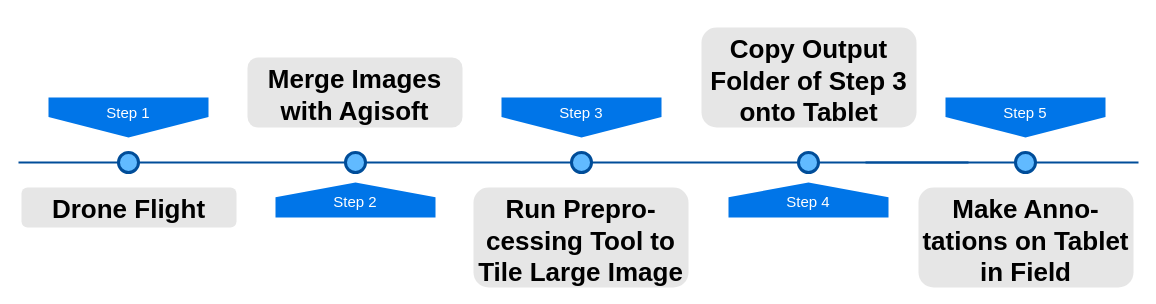
Earlier version of the draw.io diagram Documentation/Diagrams/Training_Data_Collection_Process.drawio (gallmann/Phenotator-Toolbox). Source tidied: cells renumbered, new cells numbered last; positions are measured from the earlier drawing's top-left corner, leaving out a move shared by most shapes. Both pictures are drawn from the tidied source at 100%, with x=0, y=0 at pixel (18, 27).
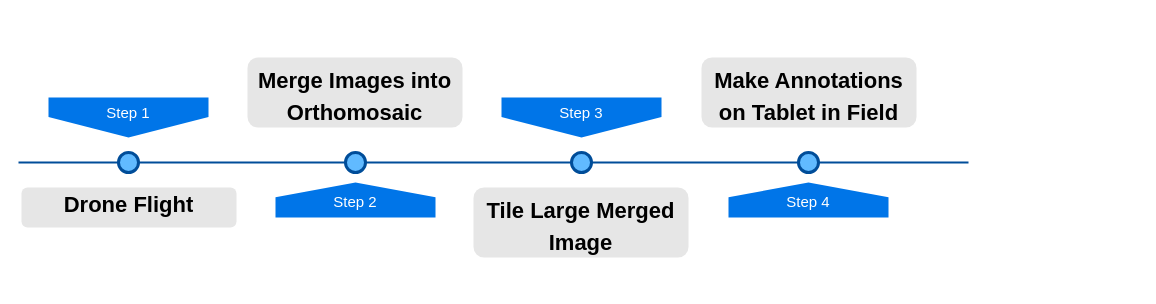
The same page after the edit.

What changed in the source:
```diff
@@
 <mxGraphModel background="#ffffff">
   <root>
     <mxCell id="0" />
     <mxCell id="1" parent="0" />
     <mxCell id="2" style="line;strokeWidth=2;html=1;fillColor=none;fontSize=28;fontColor=#004D99;strokeColor=#004D99;" parent="1" vertex="1">
       <mxGeometry y="130" width="950" height="10" as="geometry" />
     </mxCell>
     <mxCell id="3" value="Step 1" style="shape=offPageConnector;whiteSpace=wrap;html=1;fillColor=#0075E8;fontSize=15;fontColor=#FFFFFF;size=0.5093750000000015;verticalAlign=top;strokeColor=none;" parent="1" vertex="1">
       <mxGeometry x="30" y="70" width="160" height="40" as="geometry" />
     </mxCell>
     <mxCell id="4" value="Step 3" style="shape=offPageConnector;whiteSpace=wrap;html=1;fillColor=#0075E8;fontSize=15;fontColor=#FFFFFF;size=0.5093750000000015;verticalAlign=top;strokeColor=none;" parent="1" vertex="1">
       <mxGeometry x="483" y="70" width="160" height="40" as="geometry" />
     </mxCell>
     <mxCell id="5" value="&lt;span&gt;Step 2&lt;/span&gt;" style="shape=offPageConnector;whiteSpace=wrap;html=1;fillColor=#0075E8;fontSize=15;fontColor=#FFFFFF;size=0.4178571428571445;flipV=1;verticalAlign=bottom;strokeColor=none;spacingBottom=4;" parent="1" vertex="1">
       <mxGeometry x="257" y="155" width="160" height="35" as="geometry" />
     </mxCell>
     <mxCell id="6" value="&lt;span&gt;Step 4&lt;/span&gt;" style="shape=offPageConnector;whiteSpace=wrap;html=1;fillColor=#0075E8;fontSize=15;fontColor=#FFFFFF;size=0.4178571428571445;flipV=1;verticalAlign=bottom;strokeColor=none;spacingBottom=4;" parent="1" vertex="1">
       <mxGeometry x="710" y="155" width="160" height="35" as="geometry" />
     </mxCell>
     <mxCell id="7" style="ellipse;whiteSpace=wrap;html=1;fillColor=#61BAFF;fontSize=28;fontColor=#004D99;strokeWidth=3;strokeColor=#004D99;" parent="1" vertex="1">
       <mxGeometry x="100" y="125" width="20" height="20" as="geometry" />
     </mxCell>
     <mxCell id="8" style="ellipse;whiteSpace=wrap;html=1;fillColor=#61BAFF;fontSize=28;fontColor=#004D99;strokeWidth=3;strokeColor=#004D99;" parent="1" vertex="1">
       <mxGeometry x="327" y="125" width="20" height="20" as="geometry" />
     </mxCell>
     <mxCell id="9" style="ellipse;whiteSpace=wrap;html=1;fillColor=#61BAFF;fontSize=28;fontColor=#004D99;strokeWidth=3;strokeColor=#004D99;" parent="1" vertex="1">
       <mxGeometry x="553" y="125" width="20" height="20" as="geometry" />
     </mxCell>
     <mxCell id="10" style="ellipse;whiteSpace=wrap;html=1;fillColor=#61BAFF;fontSize=28;fontColor=#004D99;strokeWidth=3;strokeColor=#004D99;" parent="1" vertex="1">
       <mxGeometry x="780" y="125" width="20" height="20" as="geometry" />
     </mxCell>
-    <mxCell id="11" value="&lt;h1&gt;Drone Flight&lt;/h1&gt;&lt;p&gt;&lt;br&gt;&lt;/p&gt;" style="text;html=1;spacing=5;spacingTop=-20;whiteSpace=wrap;overflow=hidden;strokeColor=none;strokeWidth=3;fillColor=#E6E6E6;fontSize=13;fontColor=#000000;align=center;rounded=1;" parent="1" vertex="1">
+    <mxCell id="11" value="&lt;h1 style=&quot;font-size: 22px&quot;&gt;&lt;font style=&quot;font-size: 22px&quot;&gt;Drone Flight&lt;/font&gt;&lt;/h1&gt;&lt;p style=&quot;font-size: 22px&quot;&gt;&lt;br&gt;&lt;/p&gt;" style="text;html=1;spacing=5;spacingTop=-20;whiteSpace=wrap;overflow=hidden;strokeColor=none;strokeWidth=3;fillColor=#E6E6E6;fontSize=13;fontColor=#000000;align=center;rounded=1;" parent="1" vertex="1">
       <mxGeometry x="3" y="160" width="215" height="40" as="geometry" />
     </mxCell>
-    <mxCell id="12" value="&lt;h1&gt;Merge Images with Agisoft&lt;/h1&gt;" style="text;html=1;spacing=5;spacingTop=-20;whiteSpace=wrap;overflow=hidden;strokeColor=none;strokeWidth=3;fillColor=#E6E6E6;fontSize=13;fontColor=#000000;align=center;rounded=1;" parent="1" vertex="1">
+    <mxCell id="12" value="&lt;h1&gt;&lt;font style=&quot;font-size: 22px&quot;&gt;Merge Images into Orthomosaic&lt;/font&gt;&lt;/h1&gt;" style="text;html=1;spacing=5;spacingTop=-20;whiteSpace=wrap;overflow=hidden;strokeColor=none;strokeWidth=3;fillColor=#E6E6E6;fontSize=13;fontColor=#000000;align=center;rounded=1;" parent="1" vertex="1">
       <mxGeometry x="229" y="30" width="215" height="70" as="geometry" />
     </mxCell>
-    <mxCell id="13" value="&lt;h1&gt;Run Prepro-cessing Tool to Tile Large Image&lt;/h1&gt;" style="text;html=1;spacing=5;spacingTop=-20;whiteSpace=wrap;overflow=hidden;strokeColor=none;strokeWidth=3;fillColor=#E6E6E6;fontSize=13;fontColor=#000000;align=center;rounded=1;" parent="1" vertex="1">
-      <mxGeometry x="455" y="160" width="215" height="100" as="geometry" />
+    <mxCell id="13" value="&lt;h1&gt;&lt;font style=&quot;font-size: 22px&quot;&gt;Tile Large Merged Image&lt;/font&gt;&lt;/h1&gt;" style="text;html=1;spacing=5;spacingTop=-20;whiteSpace=wrap;overflow=hidden;strokeColor=none;strokeWidth=3;fillColor=#E6E6E6;fontSize=13;fontColor=#000000;align=center;rounded=1;" parent="1" vertex="1">
+      <mxGeometry x="455" y="160" width="215" height="70" as="geometry" />
     </mxCell>
-    <mxCell id="14" value="&lt;h1&gt;Copy Output Folder of Step 3 onto Tablet&lt;/h1&gt;" style="text;html=1;spacing=5;spacingTop=-20;whiteSpace=wrap;overflow=hidden;strokeColor=none;strokeWidth=3;fillColor=#E6E6E6;fontSize=13;fontColor=#000000;align=center;rounded=1;" parent="1" vertex="1">
-      <mxGeometry x="683" width="215" height="100" as="geometry" />
+    <mxCell id="14" value="&lt;h1&gt;&lt;font style=&quot;font-size: 22px&quot;&gt;Make Annotations on Tablet in Field&lt;/font&gt;&lt;/h1&gt;" style="text;html=1;spacing=5;spacingTop=-20;whiteSpace=wrap;overflow=hidden;strokeColor=none;strokeWidth=3;fillColor=#E6E6E6;fontSize=13;fontColor=#000000;align=center;rounded=1;" parent="1" vertex="1">
+      <mxGeometry x="683" y="30" width="215" height="70" as="geometry" />
     </mxCell>
-    <mxCell id="15" style="line;strokeWidth=2;html=1;fillColor=none;fontSize=28;fontColor=#004D99;strokeColor=#004D99;" parent="1" vertex="1">
-      <mxGeometry x="847" y="130" width="273" height="10" as="geometry" />
-    </mxCell>
-    <mxCell id="16" value="Step 5" style="shape=offPageConnector;whiteSpace=wrap;html=1;fillColor=#0075E8;fontSize=15;fontColor=#FFFFFF;size=0.5093750000000015;verticalAlign=top;strokeColor=none;" parent="1" vertex="1">
-      <mxGeometry x="927" y="70" width="160" height="40" as="geometry" />
-    </mxCell>
-    <mxCell id="17" style="ellipse;whiteSpace=wrap;html=1;fillColor=#61BAFF;fontSize=28;fontColor=#004D99;strokeWidth=3;strokeColor=#004D99;" parent="1" vertex="1">
-      <mxGeometry x="997" y="125" width="20" height="20" as="geometry" />
-    </mxCell>
-    <mxCell id="18" value="&lt;h1&gt;Make Anno-tations on Tablet in Field&lt;/h1&gt;" style="text;html=1;spacing=5;spacingTop=-20;whiteSpace=wrap;overflow=hidden;strokeColor=none;strokeWidth=3;fillColor=#E6E6E6;fontSize=13;fontColor=#000000;align=center;rounded=1;" parent="1" vertex="1">
-      <mxGeometry x="900" y="160" width="215" height="100" as="geometry" />
-    </mxCell>
   </root>
 </mxGraphModel>
```
